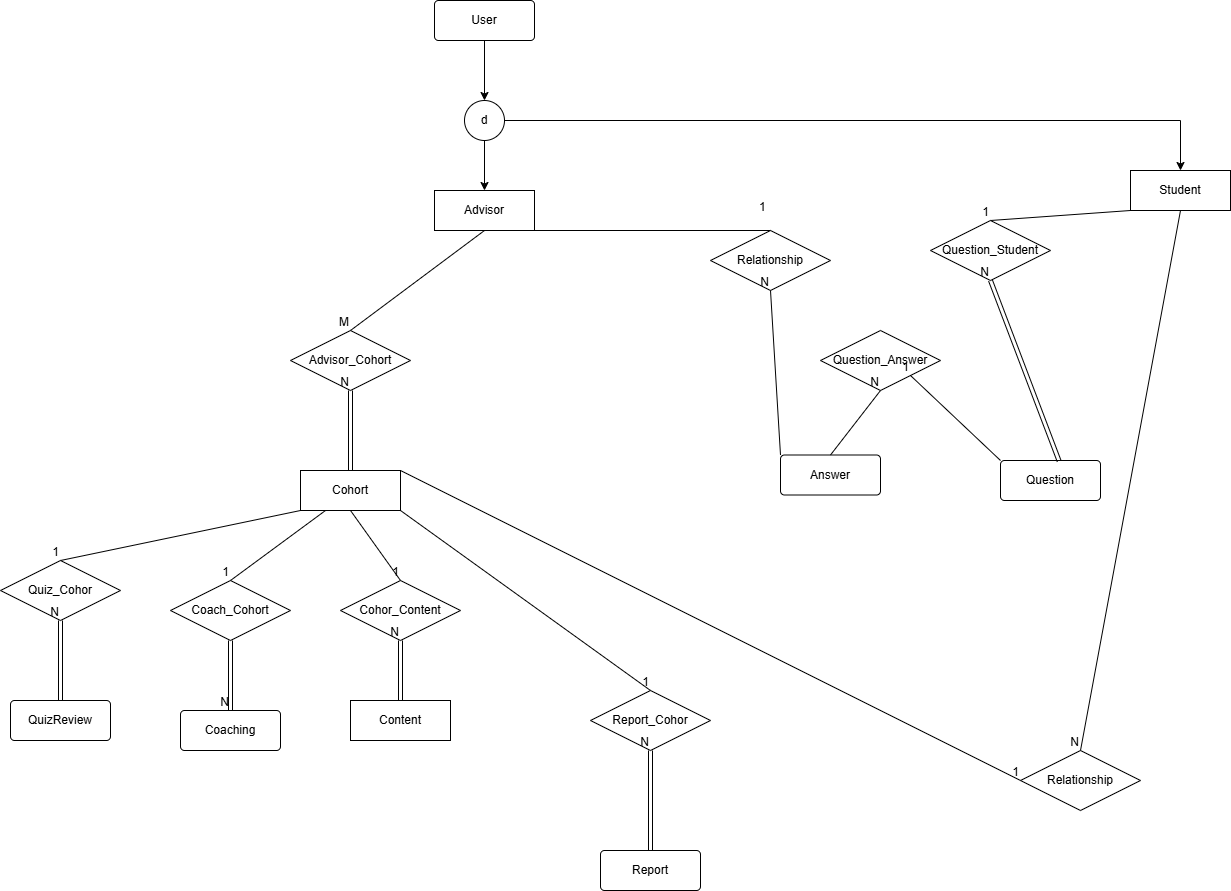
Earlier version of the draw.io export OpenKunkor/Prequired/Prequired/ERD/OpenKonkurERD.drawio.png (abolfazlshahsavaryyy/OpenKunkor). Source tidied: cells renumbered, new cells last; positions are measured from the earlier drawing's top-left corner, leaving out a move shared by most shapes.
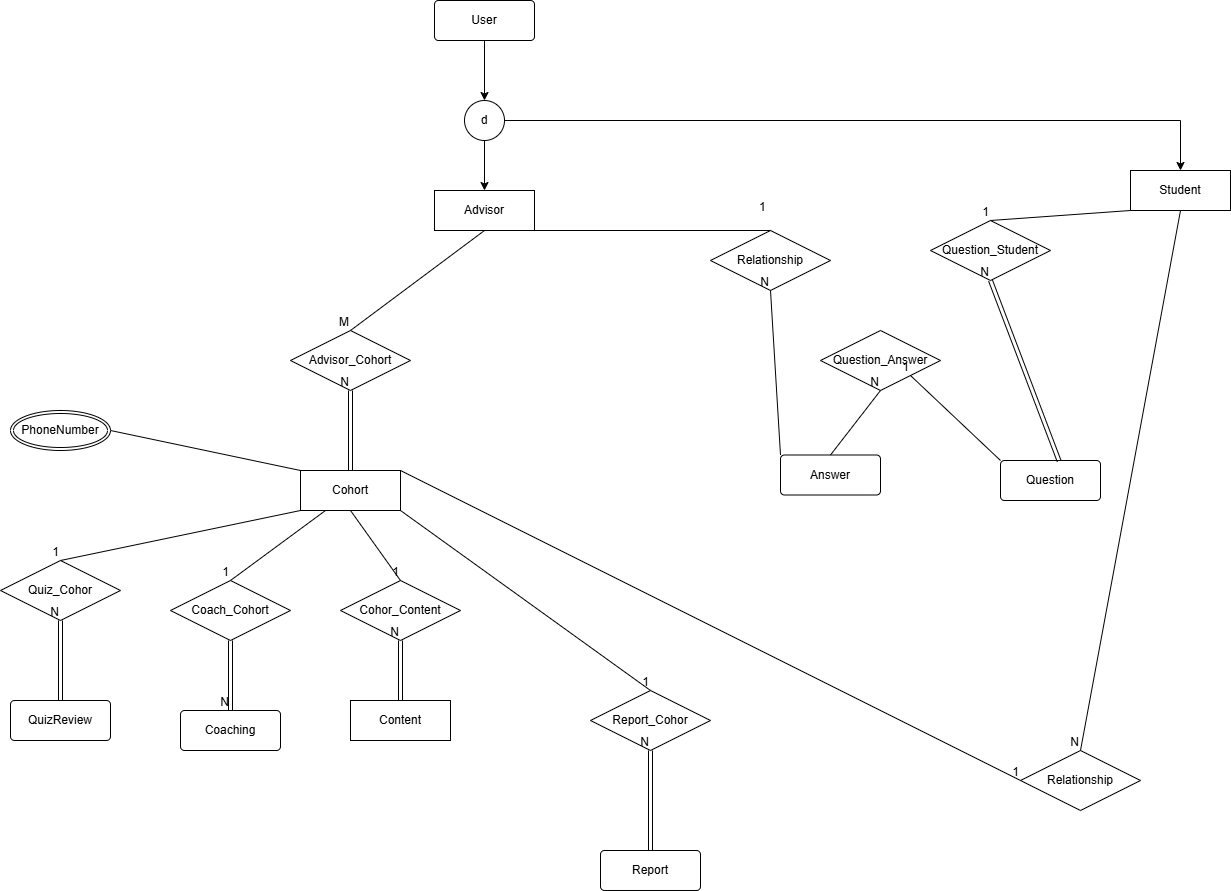
After the commit.

Commit message:
feat: add multy value a property to the cohort aggregate

Diff of the diagram source:
```diff
@@ -179,5 +179,11 @@
     <mxCell id="60" value="N" style="html=1;whiteSpace=wrap;align=right;verticalAlign=bottom;" parent="59" vertex="1">
       <mxGeometry x="1" relative="1" as="geometry" />
     </mxCell>
+    <mxCell id="61" value="PhoneNumber" style="ellipse;shape=doubleEllipse;margin=3;whiteSpace=wrap;html=1;align=center;" parent="1" vertex="1">
+      <mxGeometry x="10" y="410" width="100" height="40" as="geometry" />
+    </mxCell>
+    <mxCell id="62" style="endArrow=none;html=1;rounded=0;exitX=0;exitY=0;exitDx=0;exitDy=0;entryX=1;entryY=0.5;entryDx=0;entryDy=0;" parent="1" edge="1" source="6" target="61">
+      <mxGeometry relative="1" as="geometry" />
+    </mxCell>
   </root>
 </mxGraphModel>
```
